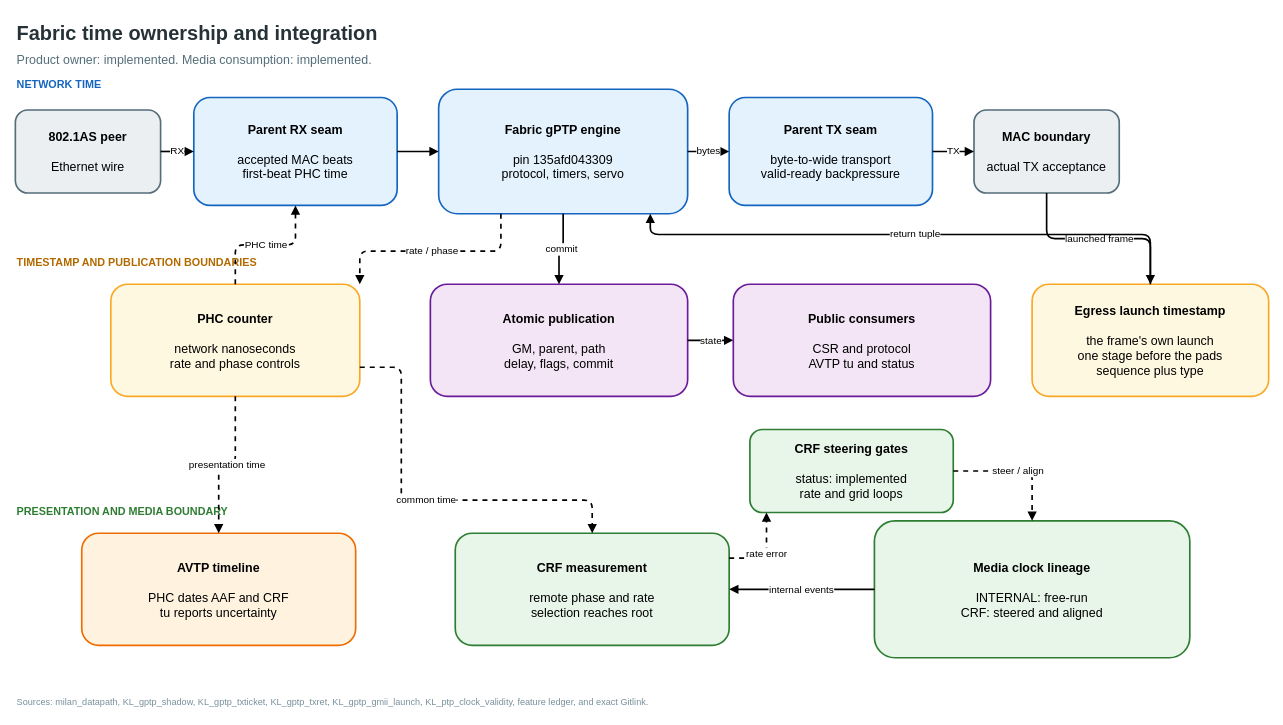
Above: docs/diagrams/timesync_chain.drawio in kebag-logic/milan-fpga (draw.io), before the change. Source tidied: cells renumbered, new cells numbered last; positions are measured from the earlier drawing's top-left corner, leaving out a move shared by most shapes. Both pictures are drawn from the tidied source at 83%, with x=0, y=0 at pixel (15, 14).
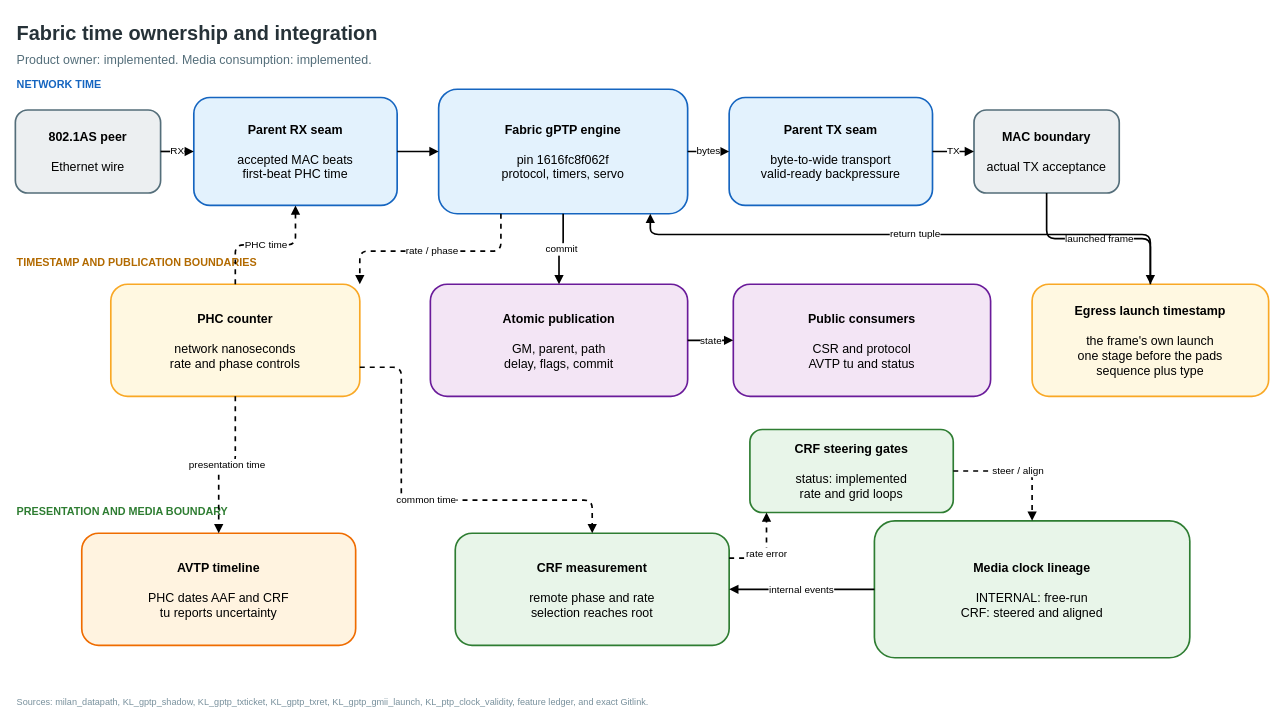
Above is the later version.

Diff of the diagram source:
```diff
@@
-    <mxCell id="10" value="&lt;b&gt;Fabric gPTP engine&lt;/b&gt;&lt;br&gt;&lt;br&gt;pin 135afd043309&lt;br&gt;protocol, timers, servo" style="rounded=1;whiteSpace=wrap;html=1;verticalAlign=middle;align=center;fontSize=15;strokeWidth=2;fillColor=#E3F2FD;strokeColor=#1565C0;" parent="1" vertex="1">
+    <mxCell id="10" value="&lt;b&gt;Fabric gPTP engine&lt;/b&gt;&lt;br&gt;&lt;br&gt;pin 1616fc8f062f&lt;br&gt;protocol, timers, servo" style="rounded=1;whiteSpace=wrap;html=1;verticalAlign=middle;align=center;fontSize=15;strokeWidth=2;fillColor=#E3F2FD;strokeColor=#1565C0;" parent="1" vertex="1">
       <mxGeometry x="510" y="90" width="300" height="150" as="geometry" />
     </mxCell>
```
